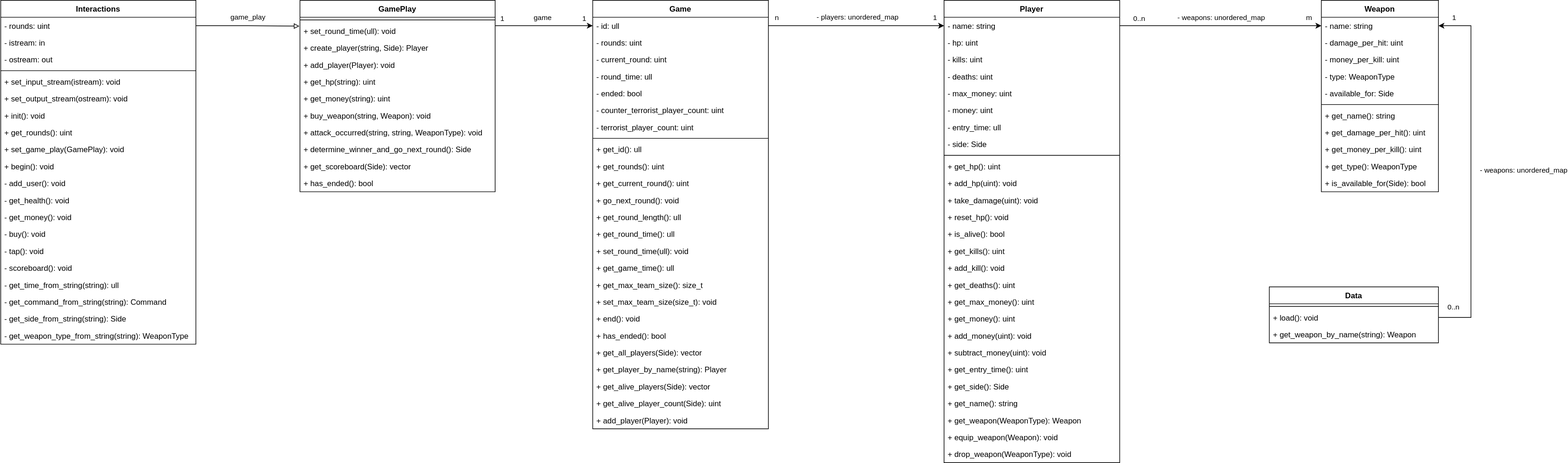
Above: CSxD.drawio.svg in SMModarresy/CSxD (draw.io), before the change. Source tidied: cells renumbered, new cells last; positions are measured from the earlier drawing's top-left corner, leaving out a move shared by most shapes.
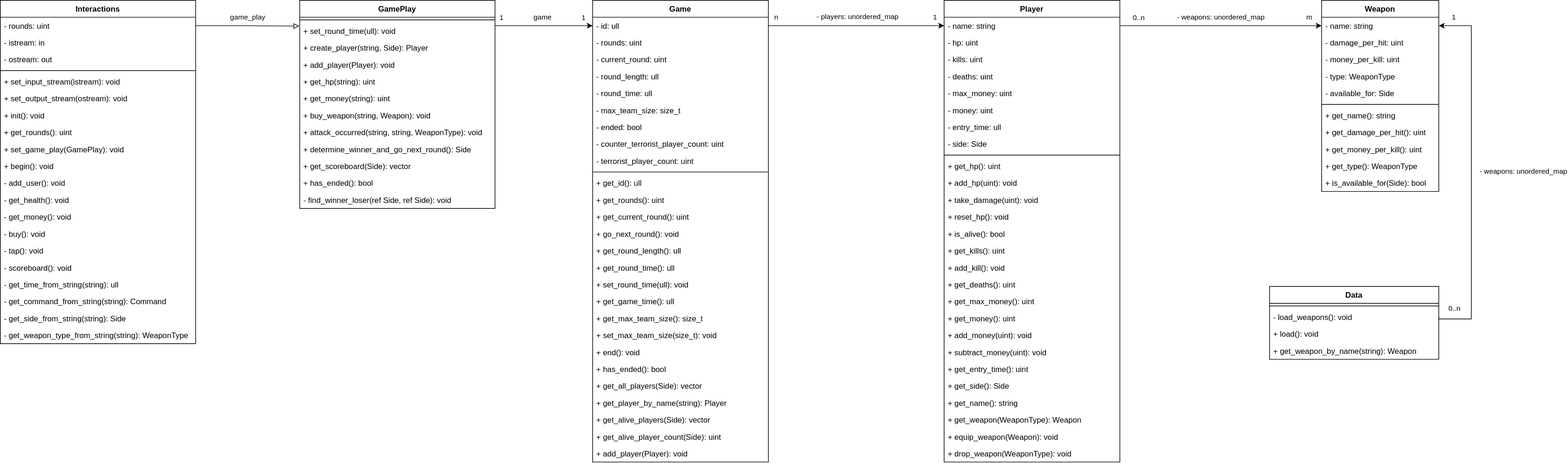
Later version of the same file.

The edit, as a diff of the source:
```diff
@@ -3,7 +3,7 @@
     <mxCell id="0" />
     <mxCell id="1" parent="0" />
     <mxCell id="2" value="Game" style="swimlane;fontStyle=1;align=center;verticalAlign=top;horizontal=1;startSize=26;" parent="1" vertex="1">
-      <mxGeometry x="910" width="270" height="658" as="geometry" />
+      <mxGeometry x="910" width="270" height="710" as="geometry" />
     </mxCell>
     <mxCell id="3" value="- id: ull" style="text;strokeColor=none;fillColor=none;align=left;verticalAlign=middle;spacingLeft=4;spacingRight=4;overflow=hidden;points=[[0,0.5],[1,0.5]];portConstraint=eastwest;spacing=2;spacingBottom=0;spacingTop=0;" parent="2" vertex="1">
       <mxGeometry y="26" width="270" height="26" as="geometry" />
@@ -14,71 +14,77 @@
     <mxCell id="5" value="- current_round: uint" style="text;strokeColor=none;fillColor=none;align=left;verticalAlign=middle;spacingLeft=4;spacingRight=4;overflow=hidden;spacing=2;spacingBottom=0;spacingTop=0;" parent="2" vertex="1">
       <mxGeometry y="78" width="270" height="26" as="geometry" />
     </mxCell>
-    <mxCell id="6" value="- round_time: ull" style="text;strokeColor=none;fillColor=none;align=left;verticalAlign=middle;spacingLeft=4;spacingRight=4;overflow=hidden;spacing=2;spacingBottom=0;spacingTop=0;" parent="2" vertex="1">
+    <mxCell id="6" value="- round_length: ull" style="text;strokeColor=none;fillColor=none;align=left;verticalAlign=middle;spacingLeft=4;spacingRight=4;overflow=hidden;spacing=2;spacingBottom=0;spacingTop=0;" parent="2" vertex="1">
       <mxGeometry y="104" width="270" height="26" as="geometry" />
     </mxCell>
+    <mxCell id="123" value="- round_time: ull" style="text;strokeColor=none;fillColor=none;align=left;verticalAlign=middle;spacingLeft=4;spacingRight=4;overflow=hidden;spacing=2;spacingBottom=0;spacingTop=0;" parent="2" vertex="1">
+      <mxGeometry y="130" width="270" height="26" as="geometry" />
+    </mxCell>
+    <mxCell id="124" value="- max_team_size: size_t" style="text;strokeColor=none;fillColor=none;align=left;verticalAlign=middle;spacingLeft=4;spacingRight=4;overflow=hidden;spacing=2;spacingBottom=0;spacingTop=0;" parent="2" vertex="1">
+      <mxGeometry y="156" width="270" height="26" as="geometry" />
+    </mxCell>
     <mxCell id="7" value="- ended: bool" style="text;strokeColor=none;fillColor=none;align=left;verticalAlign=middle;spacingLeft=4;spacingRight=4;overflow=hidden;spacing=2;spacingBottom=0;spacingTop=0;" parent="2" vertex="1">
-      <mxGeometry y="130" width="270" height="26" as="geometry" />
+      <mxGeometry y="182" width="270" height="26" as="geometry" />
     </mxCell>
     <mxCell id="8" value="- counter_terrorist_player_count: uint" style="text;strokeColor=none;fillColor=none;align=left;verticalAlign=middle;spacingLeft=4;spacingRight=4;overflow=hidden;spacing=2;spacingBottom=0;spacingTop=0;" parent="2" vertex="1">
-      <mxGeometry y="156" width="270" height="26" as="geometry" />
+      <mxGeometry y="208" width="270" height="26" as="geometry" />
     </mxCell>
     <mxCell id="9" value="- terrorist_player_count: uint" style="text;strokeColor=none;fillColor=none;align=left;verticalAlign=middle;spacingLeft=4;spacingRight=4;overflow=hidden;spacing=2;spacingBottom=0;spacingTop=0;" parent="2" vertex="1">
-      <mxGeometry y="182" width="270" height="26" as="geometry" />
+      <mxGeometry y="234" width="270" height="26" as="geometry" />
     </mxCell>
     <mxCell id="10" style="line;strokeWidth=1;fillColor=none;align=left;verticalAlign=middle;spacingTop=-1;spacingLeft=3;spacingRight=3;labelPosition=right;strokeColor=inherit;" parent="2" vertex="1">
-      <mxGeometry y="208" width="270" height="8" as="geometry" />
+      <mxGeometry y="260" width="270" height="8" as="geometry" />
     </mxCell>
     <mxCell id="11" value="+ get_id(): ull" style="text;strokeColor=none;fillColor=none;align=left;verticalAlign=middle;spacingLeft=4;spacingRight=4;overflow=hidden;spacing=2;spacingBottom=0;spacingTop=0;" parent="2" vertex="1">
-      <mxGeometry y="216" width="270" height="26" as="geometry" />
+      <mxGeometry y="268" width="270" height="26" as="geometry" />
     </mxCell>
     <mxCell id="12" value="+ get_rounds(): uint" style="text;strokeColor=none;fillColor=none;align=left;verticalAlign=middle;spacingLeft=4;spacingRight=4;overflow=hidden;spacing=2;spacingBottom=0;spacingTop=0;" parent="2" vertex="1">
-      <mxGeometry y="242" width="270" height="26" as="geometry" />
+      <mxGeometry y="294" width="270" height="26" as="geometry" />
     </mxCell>
     <mxCell id="13" value="+ get_current_round(): uint" style="text;strokeColor=none;fillColor=none;align=left;verticalAlign=middle;spacingLeft=4;spacingRight=4;overflow=hidden;spacing=2;spacingBottom=0;spacingTop=0;" parent="2" vertex="1">
-      <mxGeometry y="268" width="270" height="26" as="geometry" />
+      <mxGeometry y="320" width="270" height="26" as="geometry" />
     </mxCell>
     <mxCell id="14" value="+ go_next_round(): void" style="text;strokeColor=none;fillColor=none;align=left;verticalAlign=middle;spacingLeft=4;spacingRight=4;overflow=hidden;spacing=2;spacingBottom=0;spacingTop=0;" parent="2" vertex="1">
-      <mxGeometry y="294" width="270" height="26" as="geometry" />
+      <mxGeometry y="346" width="270" height="26" as="geometry" />
     </mxCell>
     <mxCell id="15" value="+ get_round_length(): ull" style="text;strokeColor=none;fillColor=none;align=left;verticalAlign=middle;spacingLeft=4;spacingRight=4;overflow=hidden;spacing=2;spacingBottom=0;spacingTop=0;" parent="2" vertex="1">
-      <mxGeometry y="320" width="270" height="26" as="geometry" />
+      <mxGeometry y="372" width="270" height="26" as="geometry" />
     </mxCell>
     <mxCell id="16" value="+ get_round_time(): ull" style="text;strokeColor=none;fillColor=none;align=left;verticalAlign=middle;spacingLeft=4;spacingRight=4;overflow=hidden;spacing=2;spacingBottom=0;spacingTop=0;" parent="2" vertex="1">
-      <mxGeometry y="346" width="270" height="26" as="geometry" />
+      <mxGeometry y="398" width="270" height="26" as="geometry" />
     </mxCell>
     <mxCell id="17" value="+ set_round_time(ull): void" style="text;strokeColor=none;fillColor=none;align=left;verticalAlign=middle;spacingLeft=4;spacingRight=4;overflow=hidden;spacing=2;spacingBottom=0;spacingTop=0;" parent="2" vertex="1">
-      <mxGeometry y="372" width="270" height="26" as="geometry" />
+      <mxGeometry y="424" width="270" height="26" as="geometry" />
     </mxCell>
     <mxCell id="18" value="+ get_game_time(): ull" style="text;strokeColor=none;fillColor=none;align=left;verticalAlign=middle;spacingLeft=4;spacingRight=4;overflow=hidden;spacing=2;spacingBottom=0;spacingTop=0;" parent="2" vertex="1">
-      <mxGeometry y="398" width="270" height="26" as="geometry" />
+      <mxGeometry y="450" width="270" height="26" as="geometry" />
     </mxCell>
     <mxCell id="19" value="+ get_max_team_size(): size_t" style="text;strokeColor=none;fillColor=none;align=left;verticalAlign=middle;spacingLeft=4;spacingRight=4;overflow=hidden;spacing=2;spacingBottom=0;spacingTop=0;" parent="2" vertex="1">
-      <mxGeometry y="424" width="270" height="26" as="geometry" />
+      <mxGeometry y="476" width="270" height="26" as="geometry" />
     </mxCell>
     <mxCell id="20" value="+ set_max_team_size(size_t): void" style="text;strokeColor=none;fillColor=none;align=left;verticalAlign=middle;spacingLeft=4;spacingRight=4;overflow=hidden;spacing=2;spacingBottom=0;spacingTop=0;" parent="2" vertex="1">
-      <mxGeometry y="450" width="270" height="26" as="geometry" />
+      <mxGeometry y="502" width="270" height="26" as="geometry" />
     </mxCell>
     <mxCell id="21" value="+ end(): void" style="text;strokeColor=none;fillColor=none;align=left;verticalAlign=middle;spacingLeft=4;spacingRight=4;overflow=hidden;spacing=2;spacingBottom=0;spacingTop=0;" parent="2" vertex="1">
-      <mxGeometry y="476" width="270" height="26" as="geometry" />
+      <mxGeometry y="528" width="270" height="26" as="geometry" />
     </mxCell>
     <mxCell id="22" value="+ has_ended(): bool" style="text;strokeColor=none;fillColor=none;align=left;verticalAlign=middle;spacingLeft=4;spacingRight=4;overflow=hidden;spacing=2;spacingBottom=0;spacingTop=0;" parent="2" vertex="1">
-      <mxGeometry y="502" width="270" height="26" as="geometry" />
+      <mxGeometry y="554" width="270" height="26" as="geometry" />
     </mxCell>
     <mxCell id="23" value="+ get_all_players(Side): vector" style="text;strokeColor=none;fillColor=none;align=left;verticalAlign=middle;spacingLeft=4;spacingRight=4;overflow=hidden;spacing=2;spacingBottom=0;spacingTop=0;" parent="2" vertex="1">
-      <mxGeometry y="528" width="270" height="26" as="geometry" />
+      <mxGeometry y="580" width="270" height="26" as="geometry" />
     </mxCell>
     <mxCell id="24" value="+ get_player_by_name(string): Player" style="text;strokeColor=none;fillColor=none;align=left;verticalAlign=middle;spacingLeft=4;spacingRight=4;overflow=hidden;spacing=2;spacingBottom=0;spacingTop=0;" parent="2" vertex="1">
-      <mxGeometry y="554" width="270" height="26" as="geometry" />
+      <mxGeometry y="606" width="270" height="26" as="geometry" />
     </mxCell>
     <mxCell id="25" value="+ get_alive_players(Side): vector" style="text;strokeColor=none;fillColor=none;align=left;verticalAlign=middle;spacingLeft=4;spacingRight=4;overflow=hidden;spacing=2;spacingBottom=0;spacingTop=0;" parent="2" vertex="1">
-      <mxGeometry y="580" width="270" height="26" as="geometry" />
+      <mxGeometry y="632" width="270" height="26" as="geometry" />
     </mxCell>
     <mxCell id="26" value="+ get_alive_player_count(Side): uint" style="text;strokeColor=none;fillColor=none;align=left;verticalAlign=middle;spacingLeft=4;spacingRight=4;overflow=hidden;spacing=2;spacingBottom=0;spacingTop=0;" parent="2" vertex="1">
-      <mxGeometry y="606" width="270" height="26" as="geometry" />
+      <mxGeometry y="658" width="270" height="26" as="geometry" />
     </mxCell>
     <mxCell id="27" value="+ add_player(Player): void" style="text;strokeColor=none;fillColor=none;align=left;verticalAlign=middle;spacingLeft=4;spacingRight=4;overflow=hidden;spacing=2;spacingBottom=0;spacingTop=0;" parent="2" vertex="1">
-      <mxGeometry y="632" width="270" height="26" as="geometry" />
+      <mxGeometry y="684" width="270" height="26" as="geometry" />
     </mxCell>
     <mxCell id="28" value="Player" style="swimlane;fontStyle=1;align=center;verticalAlign=top;horizontal=1;startSize=26;" parent="1" vertex="1">
       <mxGeometry x="1450" width="270" height="710" as="geometry" />
@@ -237,7 +243,7 @@
       </mxGeometry>
     </mxCell>
     <mxCell id="76" value="GamePlay" style="swimlane;fontStyle=1;align=center;verticalAlign=top;horizontal=1;startSize=26;" parent="1" vertex="1">
-      <mxGeometry x="460" width="300" height="294" as="geometry" />
+      <mxGeometry x="460" width="300" height="320" as="geometry" />
     </mxCell>
     <mxCell id="77" style="line;strokeWidth=1;fillColor=none;align=left;verticalAlign=middle;spacingTop=-1;spacingLeft=3;spacingRight=3;labelPosition=right;strokeColor=inherit;" parent="76" vertex="1">
       <mxGeometry y="26" width="300" height="8" as="geometry" />
@@ -272,6 +278,9 @@
     <mxCell id="87" value="+ has_ended(): bool" style="text;strokeColor=none;fillColor=none;align=left;verticalAlign=middle;spacingLeft=4;spacingRight=4;overflow=hidden;" parent="76" vertex="1">
       <mxGeometry y="268" width="300" height="26" as="geometry" />
     </mxCell>
+    <mxCell id="125" value="- find_winner_loser(ref Side, ref Side): void" style="text;strokeColor=none;fillColor=none;align=left;verticalAlign=middle;spacingLeft=4;spacingRight=4;overflow=hidden;" parent="76" vertex="1">
+      <mxGeometry y="294" width="300" height="26" as="geometry" />
+    </mxCell>
     <mxCell id="88" style="edgeStyle=orthogonalEdgeStyle;rounded=0;jettySize=auto;html=1;entryX=0;entryY=0.5;entryDx=0;entryDy=0;" parent="1" edge="1" target="3">
       <mxGeometry relative="1" as="geometry">
         <mxPoint x="760" y="39" as="sourcePoint" />
@@ -293,21 +302,25 @@
       </mxGeometry>
     </mxCell>
     <mxCell id="92" value="Data" style="swimlane;fontStyle=1;align=center;verticalAlign=top;horizontal=1;startSize=26;" parent="1" vertex="1">
-      <mxGeometry x="1950" y="440" width="260" height="86" as="geometry" />
+      <mxGeometry x="1950" y="440" width="260" height="112" as="geometry" />
     </mxCell>
     <mxCell id="93" style="line;strokeWidth=1;fillColor=none;align=left;verticalAlign=middle;spacingTop=-1;spacingLeft=3;spacingRight=3;labelPosition=right;strokeColor=inherit;" parent="92" vertex="1">
       <mxGeometry y="26" width="260" height="8" as="geometry" />
     </mxCell>
+    <mxCell id="126" value="- load_weapons(): void" style="text;strokeColor=none;fillColor=none;align=left;verticalAlign=middle;spacingLeft=4;spacingRight=4;overflow=hidden;points=[[0,0.5],[1,0.5]];portConstraint=eastwest;" parent="92" vertex="1">
+      <mxGeometry y="34" width="260" height="26" as="geometry" />
+    </mxCell>
     <mxCell id="94" value="+ load(): void" style="text;strokeColor=none;fillColor=none;align=left;verticalAlign=middle;spacingLeft=4;spacingRight=4;overflow=hidden;points=[[0,0.5],[1,0.5]];portConstraint=eastwest;" parent="92" vertex="1">
-      <mxGeometry y="34" width="260" height="26" as="geometry" />
+      <mxGeometry y="60" width="260" height="26" as="geometry" />
     </mxCell>
     <mxCell id="95" value="+ get_weapon_by_name(string): Weapon" style="text;strokeColor=none;fillColor=none;align=left;verticalAlign=middle;spacingLeft=4;spacingRight=4;overflow=hidden;" parent="92" vertex="1">
-      <mxGeometry y="60" width="260" height="26" as="geometry" />
+      <mxGeometry y="86" width="260" height="26" as="geometry" />
     </mxCell>
-    <mxCell id="96" style="edgeStyle=orthogonalEdgeStyle;rounded=0;jettySize=auto;html=1;exitX=1;exitY=0.5;exitDx=0;exitDy=0;entryX=1;entryY=0.5;entryDx=0;entryDy=0;" parent="1" edge="1" source="94" target="61">
+    <mxCell id="96" style="edgeStyle=orthogonalEdgeStyle;rounded=0;jettySize=auto;html=1;exitX=1;exitY=0.5;exitDx=0;exitDy=0;entryX=1;entryY=0.5;entryDx=0;entryDy=0;" parent="1" edge="1" source="126" target="61">
       <mxGeometry relative="1" as="geometry">
         <Array as="points">
-          <mxPoint x="2260" y="487" />
+          <mxPoint x="2210" y="490" />
+          <mxPoint x="2260" y="490" />
           <mxPoint x="2260" y="39" />
         </Array>
       </mxGeometry>
@@ -324,7 +337,7 @@
     </mxCell>
     <mxCell id="99" value="0..n" style="edgeLabel;html=1;align=center;verticalAlign=middle;" parent="96" vertex="1">
       <mxGeometry x="-0.94" y="-2" relative="1" as="geometry">
-        <mxPoint x="7" y="-19" as="offset" />
+        <mxPoint x="11" y="-18" as="offset" />
       </mxGeometry>
     </mxCell>
     <mxCell id="100" value="Interactions" style="swimlane;fontStyle=1;align=center;verticalAlign=top;horizontal=1;startSize=26;" parent="1" vertex="1">
```
